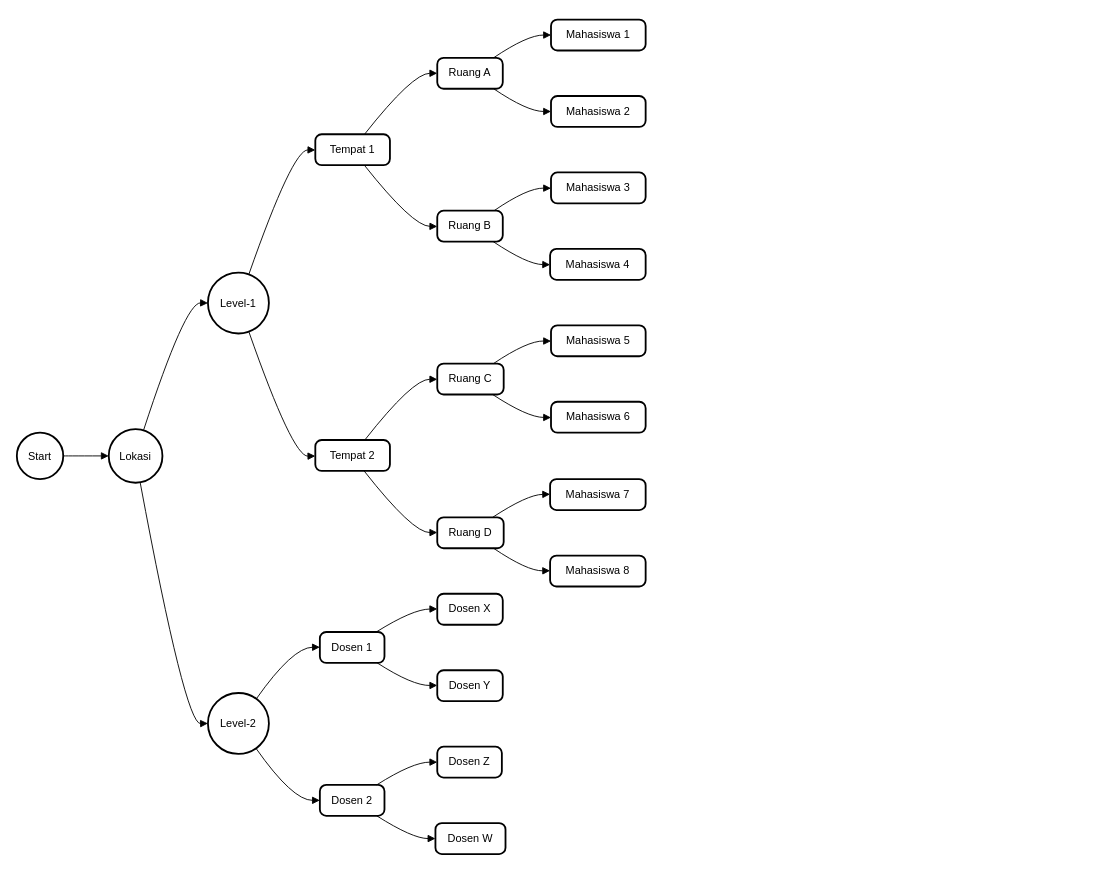
Above: Diagram Tanpa Judul.drawio in rogerkampret/Program-Kesadaran-Lingkungan-2 (draw.io), before the change. Source tidied: cells renumbered, new cells numbered last; positions are measured from the earlier drawing's top-left corner, leaving out a move shared by most shapes. Both pictures are drawn from the tidied source at 91%, with x=0, y=0 at pixel (16, 19).
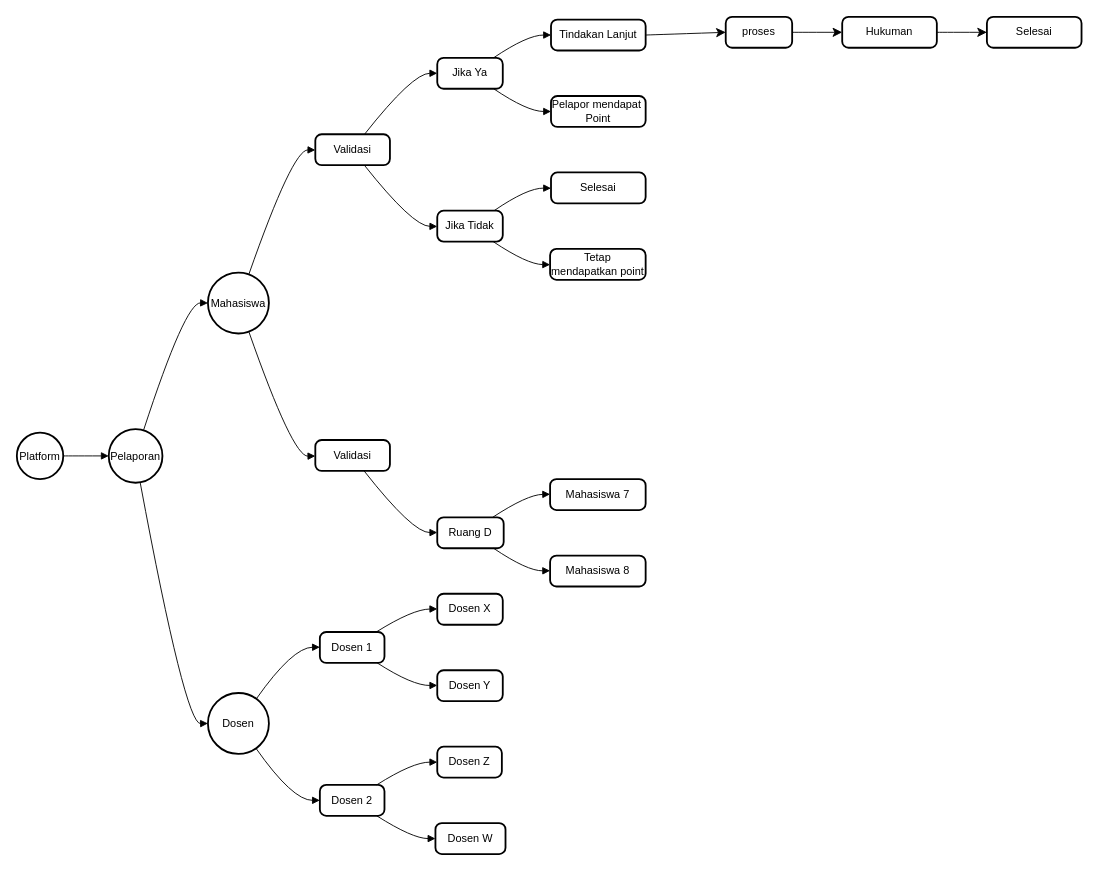
Above is the later version.

Change to the diagram source:
```diff
@@
-    <mxCell id="2" value="Start" style="ellipse;strokeWidth=2;whiteSpace=wrap;" parent="1" vertex="1">
+    <mxCell id="2" value="Platform" style="ellipse;strokeWidth=2;whiteSpace=wrap;" parent="1" vertex="1">
       <mxGeometry y="454" width="51" height="51" as="geometry" />
     </mxCell>
-    <mxCell id="3" value="Lokasi" style="ellipse;strokeWidth=2;whiteSpace=wrap;" parent="1" vertex="1">
+    <mxCell id="3" value="Pelaporan" style="ellipse;strokeWidth=2;whiteSpace=wrap;" parent="1" vertex="1">
       <mxGeometry x="101" y="450" width="59" height="59" as="geometry" />
     </mxCell>
-    <mxCell id="4" value="Level-1" style="ellipse;strokeWidth=2;whiteSpace=wrap;" parent="1" vertex="1">
+    <mxCell id="4" value="Mahasiswa" style="ellipse;strokeWidth=2;whiteSpace=wrap;" parent="1" vertex="1">
       <mxGeometry x="210" y="278" width="67" height="67" as="geometry" />
     </mxCell>
-    <mxCell id="5" value="Level-2" style="ellipse;strokeWidth=2;whiteSpace=wrap;" parent="1" vertex="1">
+    <mxCell id="5" value="Dosen" style="ellipse;strokeWidth=2;whiteSpace=wrap;" parent="1" vertex="1">
       <mxGeometry x="210" y="740" width="67" height="67" as="geometry" />
     </mxCell>
-    <mxCell id="6" value="Tempat 1" style="rounded=1;absoluteArcSize=1;arcSize=14;whiteSpace=wrap;strokeWidth=2;" parent="1" vertex="1">
+    <mxCell id="6" value="Validasi" style="rounded=1;absoluteArcSize=1;arcSize=14;whiteSpace=wrap;strokeWidth=2;" parent="1" vertex="1">
       <mxGeometry x="328" y="126" width="82" height="34" as="geometry" />
     </mxCell>
-    <mxCell id="7" value="Tempat 2" style="rounded=1;absoluteArcSize=1;arcSize=14;whiteSpace=wrap;strokeWidth=2;" parent="1" vertex="1">
+    <mxCell id="7" value="Validasi" style="rounded=1;absoluteArcSize=1;arcSize=14;whiteSpace=wrap;strokeWidth=2;" parent="1" vertex="1">
       <mxGeometry x="328" y="462" width="82" height="34" as="geometry" />
     </mxCell>
@@
-    <mxCell id="10" value="Ruang A" style="rounded=1;absoluteArcSize=1;arcSize=14;whiteSpace=wrap;strokeWidth=2;" parent="1" vertex="1">
+    <mxCell id="10" value="Jika Ya" style="rounded=1;absoluteArcSize=1;arcSize=14;whiteSpace=wrap;strokeWidth=2;" parent="1" vertex="1">
       <mxGeometry x="462" y="42" width="72" height="34" as="geometry" />
     </mxCell>
-    <mxCell id="11" value="Ruang B" style="rounded=1;absoluteArcSize=1;arcSize=14;whiteSpace=wrap;strokeWidth=2;" parent="1" vertex="1">
+    <mxCell id="11" value="Jika Tidak" style="rounded=1;absoluteArcSize=1;arcSize=14;whiteSpace=wrap;strokeWidth=2;" parent="1" vertex="1">
       <mxGeometry x="462" y="210" width="72" height="34" as="geometry" />
     </mxCell>
+    <mxCell id="45" style="edgeStyle=none;curved=1;rounded=0;jettySize=auto;html=1;exitX=1;exitY=0.5;exitDx=0;exitDy=0;entryX=0;entryY=0.5;entryDx=0;entryDy=0;fontSize=12;startSize=8;endSize=8;" parent="1" edge="1" source="12" target="22">
+      <mxGeometry relative="1" as="geometry" />
+    </mxCell>
-    <mxCell id="12" value="Ruang C" style="rounded=1;absoluteArcSize=1;arcSize=14;whiteSpace=wrap;strokeWidth=2;" parent="1" vertex="1">
-      <mxGeometry x="462" y="378" width="73" height="34" as="geometry" />
+    <mxCell id="12" value="proses" style="rounded=1;absoluteArcSize=1;arcSize=14;whiteSpace=wrap;strokeWidth=2;" parent="1" vertex="1">
+      <mxGeometry x="779" y="-3" width="73" height="34" as="geometry" />
     </mxCell>
@@
+    <mxCell id="49" style="edgeStyle=none;curved=1;rounded=0;jettySize=auto;html=1;exitX=1;exitY=0.5;exitDx=0;exitDy=0;entryX=0;entryY=0.5;entryDx=0;entryDy=0;fontSize=12;startSize=8;endSize=8;" parent="1" edge="1" source="18" target="12">
+      <mxGeometry relative="1" as="geometry" />
+    </mxCell>
-    <mxCell id="18" value="Mahasiswa 1" style="rounded=1;absoluteArcSize=1;arcSize=14;whiteSpace=wrap;strokeWidth=2;" parent="1" vertex="1">
+    <mxCell id="18" value="Tindakan Lanjut" style="rounded=1;absoluteArcSize=1;arcSize=14;whiteSpace=wrap;strokeWidth=2;" parent="1" vertex="1">
       <mxGeometry x="587" width="104" height="34" as="geometry" />
     </mxCell>
-    <mxCell id="19" value="Mahasiswa 2" style="rounded=1;absoluteArcSize=1;arcSize=14;whiteSpace=wrap;strokeWidth=2;" parent="1" vertex="1">
+    <mxCell id="19" value="Pelapor mendapat &#10;Point" style="rounded=1;absoluteArcSize=1;arcSize=14;whiteSpace=wrap;strokeWidth=2;" parent="1" vertex="1">
       <mxGeometry x="587" y="84" width="104" height="34" as="geometry" />
     </mxCell>
-    <mxCell id="20" value="Mahasiswa 3" style="rounded=1;absoluteArcSize=1;arcSize=14;whiteSpace=wrap;strokeWidth=2;" parent="1" vertex="1">
+    <mxCell id="20" value="Selesai" style="rounded=1;absoluteArcSize=1;arcSize=14;whiteSpace=wrap;strokeWidth=2;" parent="1" vertex="1">
       <mxGeometry x="587" y="168" width="104" height="34" as="geometry" />
     </mxCell>
-    <mxCell id="21" value="Mahasiswa 4" style="rounded=1;absoluteArcSize=1;arcSize=14;whiteSpace=wrap;strokeWidth=2;" parent="1" vertex="1">
+    <mxCell id="21" value="Tetap mendapatkan point" style="rounded=1;absoluteArcSize=1;arcSize=14;whiteSpace=wrap;strokeWidth=2;" parent="1" vertex="1">
       <mxGeometry x="586" y="252" width="105" height="34" as="geometry" />
     </mxCell>
+    <mxCell id="50" style="edgeStyle=none;curved=1;rounded=0;jettySize=auto;html=1;exitX=1;exitY=0.5;exitDx=0;exitDy=0;entryX=0;entryY=0.5;entryDx=0;entryDy=0;fontSize=12;startSize=8;endSize=8;" parent="1" edge="1" source="22" target="23">
+      <mxGeometry relative="1" as="geometry" />
+    </mxCell>
-    <mxCell id="22" value="Mahasiswa 5" style="rounded=1;absoluteArcSize=1;arcSize=14;whiteSpace=wrap;strokeWidth=2;" parent="1" vertex="1">
-      <mxGeometry x="587" y="336" width="104" height="34" as="geometry" />
+    <mxCell id="22" value="Hukuman" style="rounded=1;absoluteArcSize=1;arcSize=14;whiteSpace=wrap;strokeWidth=2;" parent="1" vertex="1">
+      <mxGeometry x="907" y="-3" width="104" height="34" as="geometry" />
     </mxCell>
-    <mxCell id="23" value="Mahasiswa 6" style="rounded=1;absoluteArcSize=1;arcSize=14;whiteSpace=wrap;strokeWidth=2;" parent="1" vertex="1">
-      <mxGeometry x="587" y="420" width="104" height="34" as="geometry" />
+    <mxCell id="23" value="Selesai" style="rounded=1;absoluteArcSize=1;arcSize=14;whiteSpace=wrap;strokeWidth=2;" parent="1" vertex="1">
+      <mxGeometry x="1066" y="-3" width="104" height="34" as="geometry" />
     </mxCell>
@@
-    <mxCell id="35" style="curved=1;startArrow=none;endArrow=block;exitX=0.66;exitY=0.01;entryX=0;entryY=0.51;" parent="1" edge="1" source="7" target="12">
-      <mxGeometry relative="1" as="geometry">
-        <Array as="points">
-          <mxPoint x="435" y="395" />
-        </Array>
-      </mxGeometry>
-    </mxCell>
@@
-    <mxCell id="45" style="curved=1;startArrow=none;endArrow=block;exitX=0.84;exitY=0.01;entryX=0;entryY=0.51;" parent="1" edge="1" source="12" target="22">
-      <mxGeometry relative="1" as="geometry">
-        <Array as="points">
-          <mxPoint x="561" y="353" />
-        </Array>
-      </mxGeometry>
-    </mxCell>
-    <mxCell id="46" style="curved=1;startArrow=none;endArrow=block;exitX=0.84;exitY=1.01;entryX=0;entryY=0.51;" parent="1" edge="1" source="12" target="23">
-      <mxGeometry relative="1" as="geometry">
-        <Array as="points">
-          <mxPoint x="561" y="437" />
-        </Array>
-      </mxGeometry>
-    </mxCell>
```
